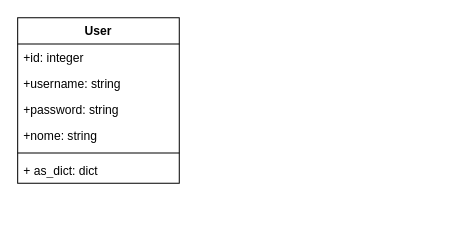
Above: page "ClassDiagram" (2 of 2) of docs/database_diagram.drawio in attiquetecnologia/flaskmvc (draw.io), before the change. Source tidied: cells renumbered, new cells numbered last; positions are measured from the earlier drawing's top-left corner, leaving out a move shared by most shapes. Both pictures are drawn from the tidied source at 101%, with x=0, y=0 at pixel (17, 17).
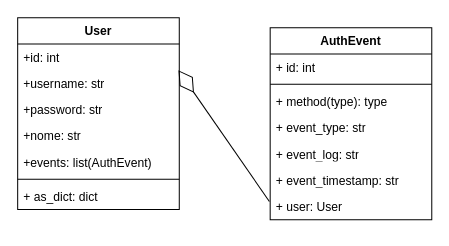
The same page after the edit.

What changed in the source:
```diff
@@
 <mxGraphModel>
   <root>
     <mxCell id="0" />
     <mxCell id="1" parent="0" />
     <mxCell id="2" value="User" style="swimlane;fontStyle=1;align=center;verticalAlign=top;horizontal=1;startSize=26;whiteSpace=wrap;html=1;" parent="1" vertex="1">
-      <mxGeometry width="160" height="164" as="geometry" />
+      <mxGeometry width="160" height="190" as="geometry" />
     </mxCell>
-    <mxCell id="3" value="+id: integer" style="text;strokeColor=none;fillColor=none;align=left;verticalAlign=top;spacingLeft=4;spacingRight=4;overflow=hidden;whiteSpace=wrap;html=1;" parent="2" vertex="1">
+    <mxCell id="3" value="+id: int" style="text;strokeColor=none;fillColor=none;align=left;verticalAlign=top;spacingLeft=4;spacingRight=4;overflow=hidden;whiteSpace=wrap;html=1;" parent="2" vertex="1">
       <mxGeometry y="26" width="160" height="26" as="geometry" />
     </mxCell>
-    <mxCell id="4" value="+username: string" style="text;strokeColor=none;fillColor=none;align=left;verticalAlign=top;spacingLeft=4;spacingRight=4;overflow=hidden;points=[[0,0.5],[1,0.5]];portConstraint=eastwest;whiteSpace=wrap;html=1;" parent="2" vertex="1">
+    <mxCell id="4" value="+username: str" style="text;strokeColor=none;fillColor=none;align=left;verticalAlign=top;spacingLeft=4;spacingRight=4;overflow=hidden;points=[[0,0.5],[1,0.5]];portConstraint=eastwest;whiteSpace=wrap;html=1;" parent="2" vertex="1">
       <mxGeometry y="52" width="160" height="26" as="geometry" />
     </mxCell>
-    <mxCell id="5" value="+password: string" style="text;strokeColor=none;fillColor=none;align=left;verticalAlign=top;spacingLeft=4;spacingRight=4;overflow=hidden;whiteSpace=wrap;html=1;" parent="2" vertex="1">
+    <mxCell id="5" value="+password: str" style="text;strokeColor=none;fillColor=none;align=left;verticalAlign=top;spacingLeft=4;spacingRight=4;overflow=hidden;whiteSpace=wrap;html=1;" parent="2" vertex="1">
       <mxGeometry y="78" width="160" height="26" as="geometry" />
     </mxCell>
-    <mxCell id="6" value="+nome: string" style="text;strokeColor=none;fillColor=none;align=left;verticalAlign=top;spacingLeft=4;spacingRight=4;overflow=hidden;whiteSpace=wrap;html=1;" parent="2" vertex="1">
+    <mxCell id="6" value="+nome: str" style="text;strokeColor=none;fillColor=none;align=left;verticalAlign=top;spacingLeft=4;spacingRight=4;overflow=hidden;whiteSpace=wrap;html=1;" parent="2" vertex="1">
       <mxGeometry y="104" width="160" height="26" as="geometry" />
     </mxCell>
+    <mxCell id="9" value="+events: list(AuthEvent)" style="text;strokeColor=none;fillColor=none;align=left;verticalAlign=top;spacingLeft=4;spacingRight=4;overflow=hidden;whiteSpace=wrap;html=1;" parent="2" vertex="1">
+      <mxGeometry y="130" width="160" height="26" as="geometry" />
+    </mxCell>
     <mxCell id="7" style="line;strokeWidth=1;fillColor=none;align=left;verticalAlign=middle;spacingTop=-1;spacingLeft=3;spacingRight=3;labelPosition=right;strokeColor=inherit;" parent="2" vertex="1">
-      <mxGeometry y="130" width="160" height="8" as="geometry" />
+      <mxGeometry y="156" width="160" height="8" as="geometry" />
     </mxCell>
     <mxCell id="8" value="+ as_dict: dict" style="text;strokeColor=none;fillColor=none;align=left;verticalAlign=top;spacingLeft=4;spacingRight=4;overflow=hidden;whiteSpace=wrap;html=1;" parent="2" vertex="1">
-      <mxGeometry y="138" width="160" height="26" as="geometry" />
+      <mxGeometry y="164" width="160" height="26" as="geometry" />
     </mxCell>
+    <mxCell id="10" value="AuthEvent" style="swimlane;fontStyle=1;align=center;verticalAlign=top;horizontal=1;startSize=26;whiteSpace=wrap;html=1;" parent="1" vertex="1">
+      <mxGeometry x="250" y="10" width="160" height="190" as="geometry" />
+    </mxCell>
+    <mxCell id="11" value="+ id: int" style="text;strokeColor=none;fillColor=none;align=left;verticalAlign=top;spacingLeft=4;spacingRight=4;overflow=hidden;whiteSpace=wrap;html=1;" parent="10" vertex="1">
+      <mxGeometry y="26" width="160" height="26" as="geometry" />
+    </mxCell>
+    <mxCell id="12" style="line;strokeWidth=1;fillColor=none;align=left;verticalAlign=middle;spacingTop=-1;spacingLeft=3;spacingRight=3;labelPosition=right;strokeColor=inherit;" parent="10" vertex="1">
+      <mxGeometry y="52" width="160" height="8" as="geometry" />
+    </mxCell>
+    <mxCell id="13" value="+ method(type): type" style="text;strokeColor=none;fillColor=none;align=left;verticalAlign=top;spacingLeft=4;spacingRight=4;overflow=hidden;whiteSpace=wrap;html=1;" parent="10" vertex="1">
+      <mxGeometry y="60" width="160" height="26" as="geometry" />
+    </mxCell>
+    <mxCell id="14" value="+ event_type: str" style="text;strokeColor=none;fillColor=none;align=left;verticalAlign=top;spacingLeft=4;spacingRight=4;overflow=hidden;whiteSpace=wrap;html=1;" parent="10" vertex="1">
+      <mxGeometry y="86" width="160" height="26" as="geometry" />
+    </mxCell>
+    <mxCell id="15" value="+ event_log&lt;span style=&quot;background-color: transparent; color: light-dark(rgb(0, 0, 0), rgb(255, 255, 255));&quot;&gt;: str&lt;/span&gt;" style="text;strokeColor=none;fillColor=none;align=left;verticalAlign=top;spacingLeft=4;spacingRight=4;overflow=hidden;whiteSpace=wrap;html=1;" parent="10" vertex="1">
+      <mxGeometry y="112" width="160" height="26" as="geometry" />
+    </mxCell>
+    <mxCell id="16" value="+ event_timestamp&lt;span style=&quot;background-color: transparent; color: light-dark(rgb(0, 0, 0), rgb(255, 255, 255));&quot;&gt;: str&lt;/span&gt;" style="text;strokeColor=none;fillColor=none;align=left;verticalAlign=top;spacingLeft=4;spacingRight=4;overflow=hidden;whiteSpace=wrap;html=1;" parent="10" vertex="1">
+      <mxGeometry y="138" width="160" height="26" as="geometry" />
+    </mxCell>
+    <mxCell id="17" value="+ user&lt;span style=&quot;background-color: transparent; color: light-dark(rgb(0, 0, 0), rgb(255, 255, 255));&quot;&gt;: User&lt;/span&gt;" style="text;strokeColor=none;fillColor=none;align=left;verticalAlign=top;spacingLeft=4;spacingRight=4;overflow=hidden;points=[[0,0.5],[1,0.5]];portConstraint=eastwest;whiteSpace=wrap;html=1;" parent="10" vertex="1">
+      <mxGeometry y="164" width="160" height="26" as="geometry" />
+    </mxCell>
+    <mxCell id="18" style="endArrow=diamondThin;endFill=0;endSize=24;html=1;rounded=0;entryX=0.995;entryY=0.004;entryDx=0;entryDy=0;entryPerimeter=0;exitX=-0.005;exitY=0.308;exitDx=0;exitDy=0;exitPerimeter=0;" parent="1" edge="1" source="17" target="4">
+      <mxGeometry relative="1" as="geometry" />
+    </mxCell>
   </root>
 </mxGraphModel>
```
